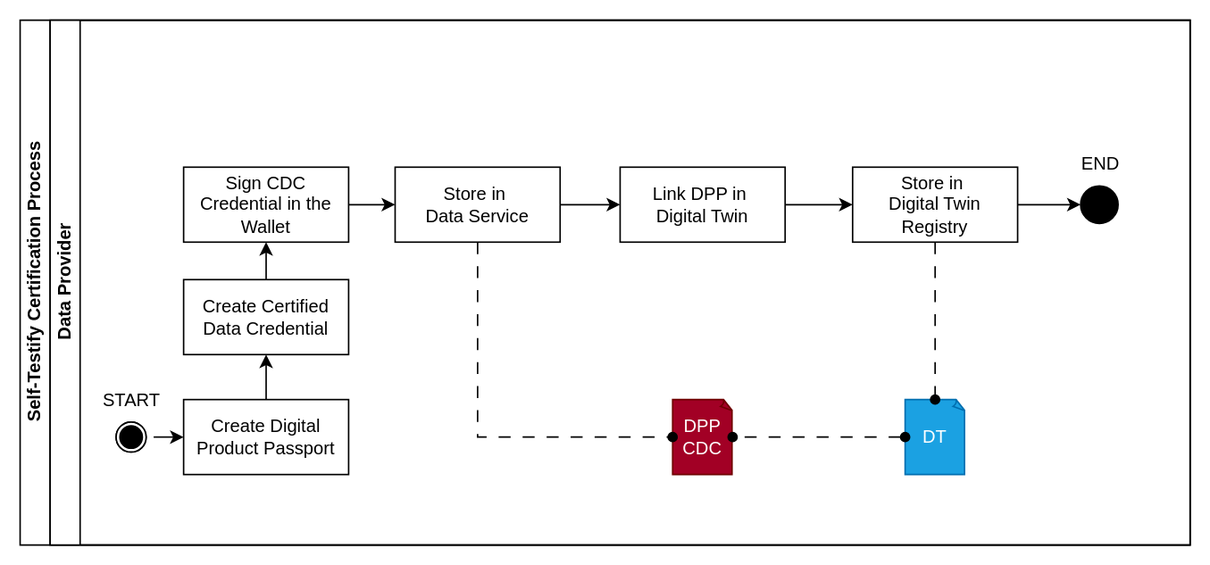
This is dpp-verification/resources/processes/cdc-workflow.svg from eclipse-tractusx/digital-product-pass, a draw.io export, as it was before one commit. Source tidied: cells renumbered, new cells last; positions are measured from the earlier drawing's top-left corner, leaving out a move shared by most shapes.
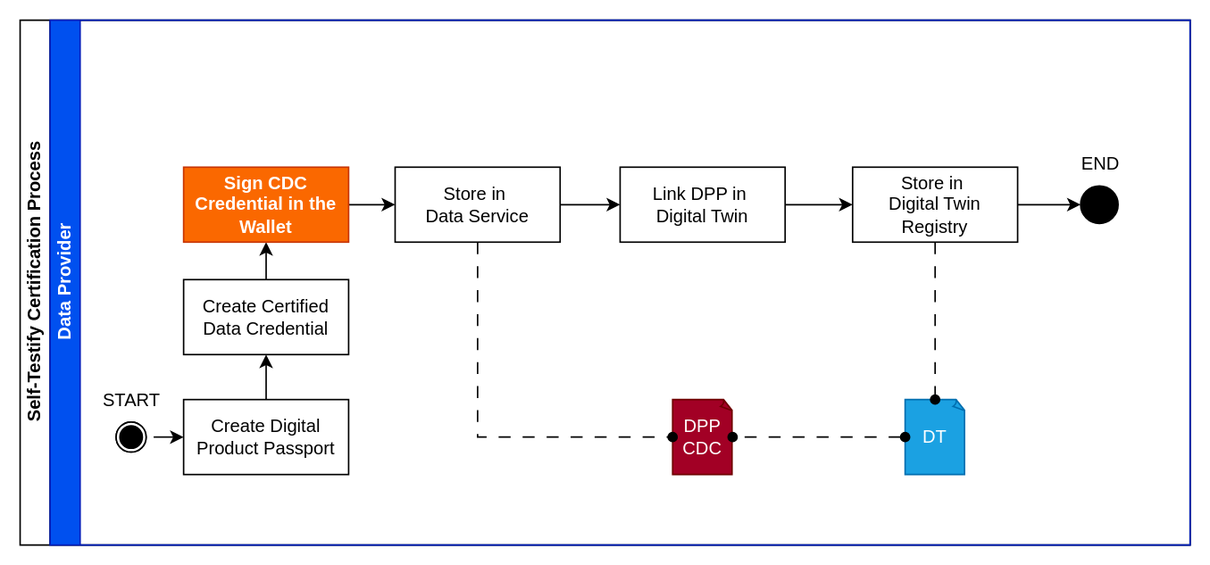
After the commit.

The edit, as a diff of the source:
```diff
@@ -5,7 +5,7 @@
     <mxCell id="2" value="Self-Testify Certification Process" style="swimlane;html=1;horizontal=0;startSize=20;" parent="1" vertex="1">
       <mxGeometry width="780" height="350" as="geometry" />
     </mxCell>
-    <mxCell id="3" value="Data Provider" style="swimlane;html=1;startSize=20;horizontal=0;" parent="2" vertex="1">
+    <mxCell id="3" value="Data Provider" style="swimlane;html=1;startSize=20;horizontal=0;fillColor=#0050ef;fontColor=#ffffff;strokeColor=#001DBC;" parent="2" vertex="1">
       <mxGeometry x="20" width="760" height="350" as="geometry" />
     </mxCell>
     <mxCell id="4" style="edgeStyle=orthogonalEdgeStyle;rounded=0;jettySize=auto;html=1;exitX=0.5;exitY=0;exitDx=0;exitDy=0;entryX=0.5;entryY=1;entryDx=0;entryDy=0;" parent="3" edge="1" source="5" target="25">
@@ -79,7 +79,7 @@
     <mxCell id="26" style="edgeStyle=orthogonalEdgeStyle;rounded=0;jettySize=auto;html=1;exitX=1;exitY=0.5;exitDx=0;exitDy=0;entryX=0;entryY=0.5;entryDx=0;entryDy=0;" parent="3" edge="1" source="27" target="13">
       <mxGeometry relative="1" as="geometry" />
     </mxCell>
-    <mxCell id="27" value="Sign CDC Credential in the Wallet" style="html=1;whiteSpace=wrap;" parent="3" vertex="1">
+    <mxCell id="27" value="Sign CDC Credential in the Wallet" style="html=1;whiteSpace=wrap;fillColor=#fa6800;fontColor=#FFFFFF;strokeColor=#C73500;fontStyle=1;" parent="3" vertex="1">
       <mxGeometry x="89" y="98" width="110" height="50" as="geometry" />
     </mxCell>
   </root>
```
